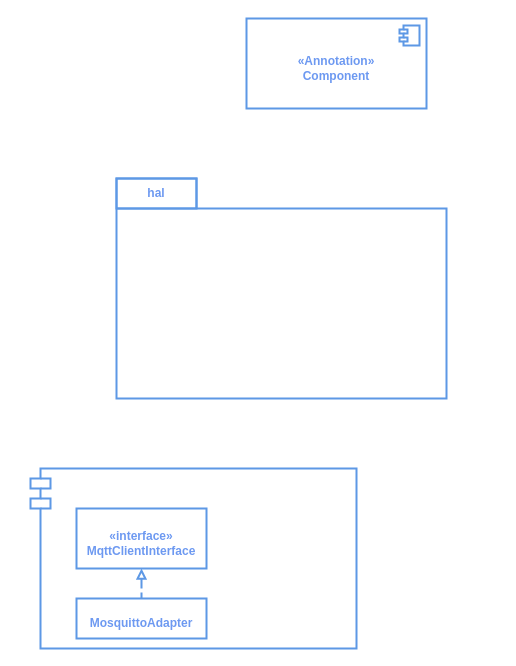
Above: 割草机组件图.drawio in xunzhaoxusanduo/1-drawio (draw.io), before the change. Source tidied: cells renumbered, new cells numbered last; positions are measured from the earlier drawing's top-left corner, leaving out a move shared by most shapes. Both pictures are drawn from the tidied source at 100%, with x=0, y=0 at pixel (30, 18).
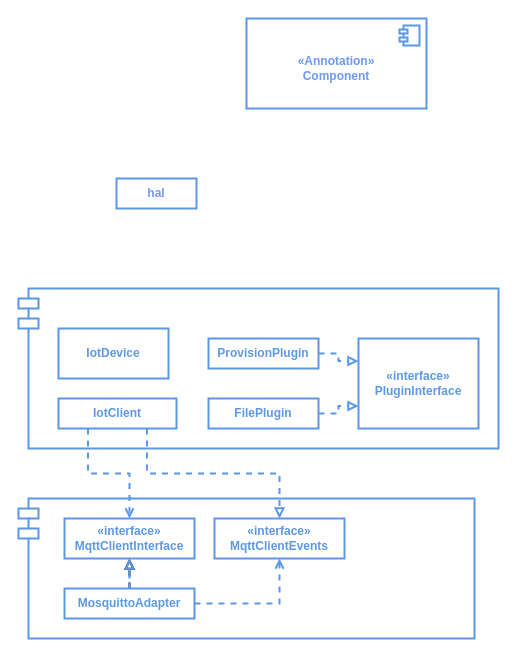
Above is the later version.

Commit message (it also covers changes not shown here):
更新割草机组件图.drawio

What changed in the source:
```diff
@@
     <mxCell id="2" style="shape=module;align=left;spacingLeft=20;align=center;verticalAlign=middle;whiteSpace=wrap;html=1;strokeColor=#5d98e5;fontColor=#6d99f1;fontStyle=1;spacingTop=10;strokeWidth=2;" parent="1" vertex="1">
-      <mxGeometry y="450" width="326" height="180" as="geometry" />
+      <mxGeometry x="-12" y="480" width="456" height="140" as="geometry" />
     </mxCell>
-    <mxCell id="3" style="shape=folder;fontStyle=1;spacingTop=10;tabWidth=80;tabHeight=30;tabPosition=left;html=1;whiteSpace=wrap;strokeColor=#5d98e5;strokeWidth=2;fontColor=#6d99f1;" parent="1" vertex="1">
-      <mxGeometry x="86" y="160" width="330" height="220" as="geometry" />
-    </mxCell>
@@
-    <mxCell id="5" value="«interface»&lt;br&gt;MqttClientInterface" style="html=1;whiteSpace=wrap;strokeColor=#5d98e5;fontColor=#6d99f1;fontStyle=1;spacingTop=10;strokeWidth=2;" parent="1" vertex="1">
-      <mxGeometry x="46" y="490" width="130" height="60" as="geometry" />
-    </mxCell>
-    <mxCell id="6" style="edgeStyle=orthogonalEdgeStyle;rounded=0;jettySize=auto;html=1;entryX=0.5;entryY=1;entryDx=0;entryDy=0;endArrow=block;endFill=0;dashed=1;strokeWidth=2;strokeColor=#5d98e5;" parent="1" edge="1" source="7" target="5">
-      <mxGeometry relative="1" as="geometry" />
-    </mxCell>
-    <mxCell id="7" value="MosquittoAdapter" style="html=1;whiteSpace=wrap;strokeColor=#5d98e5;fontColor=#6d99f1;fontStyle=1;spacingTop=10;strokeWidth=2;" parent="1" vertex="1">
-      <mxGeometry x="46" y="580" width="130" height="40" as="geometry" />
-    </mxCell>
@@
+    <mxCell id="5" value="&lt;font color=&quot;#5d98e5&quot;&gt;&lt;b&gt;«interface»&lt;br&gt;MqttClientInterface&lt;/b&gt;&lt;br&gt;&lt;/font&gt;" style="html=1;whiteSpace=wrap;strokeWidth=2;strokeColor=#5d98e5;" parent="1" vertex="1">
+      <mxGeometry x="34" y="500" width="130" height="40" as="geometry" />
+    </mxCell>
+    <mxCell id="10" style="edgeStyle=orthogonalEdgeStyle;rounded=0;jettySize=auto;html=1;exitX=0.5;exitY=0;exitDx=0;exitDy=0;entryX=0.5;entryY=1;entryDx=0;entryDy=0;endArrow=block;endFill=0;dashed=1;strokeWidth=2;" parent="1" edge="1" source="7" target="5">
+      <mxGeometry relative="1" as="geometry" />
+    </mxCell>
+    <mxCell id="11" style="edgeStyle=orthogonalEdgeStyle;rounded=0;jettySize=auto;html=1;strokeColor=#5d98e5;strokeWidth=2;dashed=1;endArrow=block;endFill=0;" parent="1" edge="1" source="7" target="5">
+      <mxGeometry relative="1" as="geometry" />
+    </mxCell>
+    <mxCell id="12" style="edgeStyle=orthogonalEdgeStyle;rounded=0;jettySize=auto;html=1;exitX=1;exitY=0.5;exitDx=0;exitDy=0;entryX=0.5;entryY=1;entryDx=0;entryDy=0;endArrow=open;strokeColor=#5d98e5;endFill=0;strokeWidth=2;dashed=1;" parent="1" edge="1" source="7" target="13">
+      <mxGeometry relative="1" as="geometry" />
+    </mxCell>
+    <mxCell id="7" value="&lt;font color=&quot;#5d98e5&quot;&gt;&lt;b&gt;MosquittoAdapter&lt;/b&gt;&lt;/font&gt;" style="html=1;whiteSpace=wrap;strokeColor=#5d98e5;strokeWidth=2;" parent="1" vertex="1">
+      <mxGeometry x="34" y="570" width="130" height="30" as="geometry" />
+    </mxCell>
+    <mxCell id="13" value="&lt;font color=&quot;#5d98e5&quot;&gt;&lt;b&gt;«interface»&lt;br&gt;MqttClientEvents&lt;/b&gt;&lt;br&gt;&lt;/font&gt;" style="html=1;whiteSpace=wrap;strokeWidth=2;strokeColor=#5d98e5;" parent="1" vertex="1">
+      <mxGeometry x="184" y="500" width="130" height="40" as="geometry" />
+    </mxCell>
+    <mxCell id="14" style="shape=module;align=left;spacingLeft=20;align=center;verticalAlign=middle;whiteSpace=wrap;html=1;strokeColor=#5d98e5;fontColor=#6d99f1;fontStyle=1;spacingTop=10;strokeWidth=2;" parent="1" vertex="1">
+      <mxGeometry x="-12" y="270" width="480" height="160" as="geometry" />
+    </mxCell>
+    <mxCell id="15" value="&lt;font color=&quot;#5d98e5&quot;&gt;&lt;b&gt;IotDevice&lt;/b&gt;&lt;/font&gt;" style="html=1;whiteSpace=wrap;strokeColor=#5d98e5;strokeWidth=2;" parent="1" vertex="1">
+      <mxGeometry x="28" y="310" width="110" height="50" as="geometry" />
+    </mxCell>
+    <mxCell id="16" value="&lt;font color=&quot;#5d98e5&quot;&gt;&lt;b&gt;«interface»&lt;br&gt;PluginInterface&lt;/b&gt;&lt;br&gt;&lt;/font&gt;" style="html=1;whiteSpace=wrap;strokeWidth=2;strokeColor=#5d98e5;" parent="1" vertex="1">
+      <mxGeometry x="328" y="320" width="120" height="90" as="geometry" />
+    </mxCell>
+    <mxCell id="17" style="edgeStyle=orthogonalEdgeStyle;rounded=0;jettySize=auto;html=1;exitX=1;exitY=0.5;exitDx=0;exitDy=0;entryX=0;entryY=0.25;entryDx=0;entryDy=0;endArrow=block;strokeColor=#5d98e5;strokeWidth=2;dashed=1;endFill=0;" parent="1" edge="1" source="18" target="16">
+      <mxGeometry relative="1" as="geometry" />
+    </mxCell>
+    <mxCell id="18" value="&lt;font color=&quot;#5d98e5&quot;&gt;&lt;b&gt;ProvisionPlugin&lt;/b&gt;&lt;/font&gt;" style="html=1;whiteSpace=wrap;strokeColor=#5d98e5;strokeWidth=2;" parent="1" vertex="1">
+      <mxGeometry x="178" y="320" width="110" height="30" as="geometry" />
+    </mxCell>
+    <mxCell id="19" style="edgeStyle=orthogonalEdgeStyle;rounded=0;jettySize=auto;html=1;exitX=1;exitY=0.5;exitDx=0;exitDy=0;entryX=0;entryY=0.75;entryDx=0;entryDy=0;endArrow=block;strokeColor=#5d98e5;strokeWidth=2;dashed=1;endFill=0;" parent="1" edge="1" source="20" target="16">
+      <mxGeometry relative="1" as="geometry" />
+    </mxCell>
+    <mxCell id="20" value="&lt;font color=&quot;#5d98e5&quot;&gt;&lt;b&gt;FilePlugin&lt;/b&gt;&lt;/font&gt;" style="html=1;whiteSpace=wrap;strokeColor=#5d98e5;strokeWidth=2;" parent="1" vertex="1">
+      <mxGeometry x="178" y="380" width="110" height="30" as="geometry" />
+    </mxCell>
+    <mxCell id="21" style="edgeStyle=orthogonalEdgeStyle;rounded=0;jettySize=auto;html=1;exitX=0.25;exitY=1;exitDx=0;exitDy=0;entryX=0.5;entryY=0;entryDx=0;entryDy=0;endArrow=open;endFill=0;strokeWidth=2;strokeColor=#5d98e5;dashed=1;" parent="1" edge="1" source="23" target="5">
+      <mxGeometry relative="1" as="geometry" />
+    </mxCell>
+    <mxCell id="22" style="edgeStyle=orthogonalEdgeStyle;rounded=0;jettySize=auto;html=1;exitX=0.75;exitY=1;exitDx=0;exitDy=0;endArrow=block;strokeColor=#5d98e5;strokeWidth=2;dashed=1;endFill=0;" parent="1" edge="1" source="23" target="13">
+      <mxGeometry relative="1" as="geometry" />
+    </mxCell>
+    <mxCell id="23" value="&lt;font color=&quot;#5d98e5&quot;&gt;&lt;b&gt;IotClient&lt;/b&gt;&lt;/font&gt;" style="html=1;whiteSpace=wrap;strokeColor=#5d98e5;strokeWidth=2;" parent="1" vertex="1">
+      <mxGeometry x="28" y="380" width="118" height="30" as="geometry" />
+    </mxCell>
```
